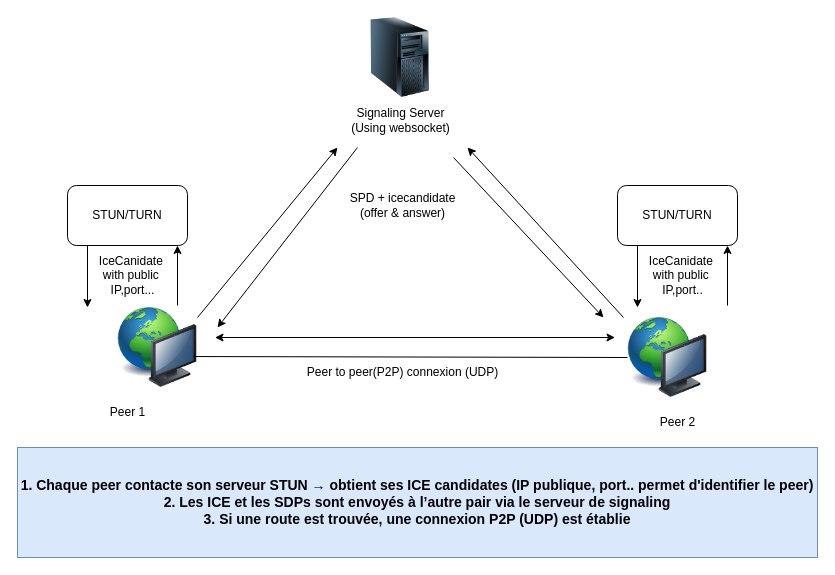
This is diagram/webrtc.drawio from axelker/your-car-your-way-oc-13, a draw.io file, before an edit. Source tidied: cells renumbered, new cells numbered last; positions are measured from the earlier drawing's top-left corner, leaving out a move shared by most shapes. Both pictures are drawn from the tidied source at 100%, with x=0, y=0 at pixel (17, 17).
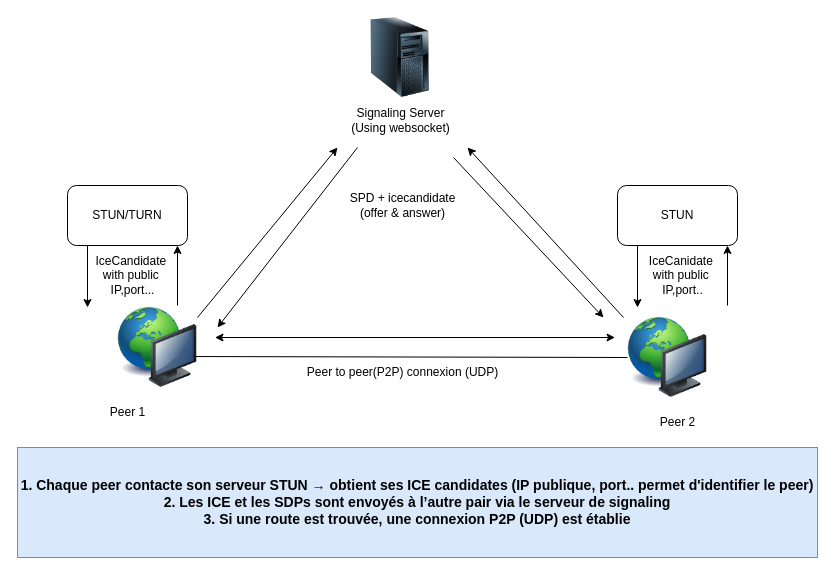
The same page after the edit.

What changed in the source:
```diff
@@
-    <mxCell id="13" value="IceCanidate&amp;nbsp;&lt;div&gt;with public&amp;nbsp;&lt;/div&gt;&lt;div&gt;IP,port...&lt;/div&gt;" style="text;html=1;align=center;verticalAlign=middle;strokeColor=none;fillColor=none;" parent="1" vertex="1">
-      <mxGeometry x="70" y="228" width="90" height="60" as="geometry" />
+    <mxCell id="13" value="IceCandidate&amp;nbsp;&lt;div&gt;with public&amp;nbsp;&lt;/div&gt;&lt;div&gt;IP,port...&lt;/div&gt;" style="text;html=1;align=center;verticalAlign=middle;strokeColor=none;fillColor=none;" parent="1" vertex="1">
+      <mxGeometry x="65" y="228" width="100" height="60" as="geometry" />
     </mxCell>
@@
-    <mxCell id="17" value="STUN/TURN" style="rounded=1;whiteSpace=wrap;html=1;" parent="1" vertex="1">
+    <mxCell id="17" value="STUN" style="rounded=1;whiteSpace=wrap;html=1;" parent="1" vertex="1">
       <mxGeometry x="600" y="168" width="120" height="60" as="geometry" />
     </mxCell>
```
